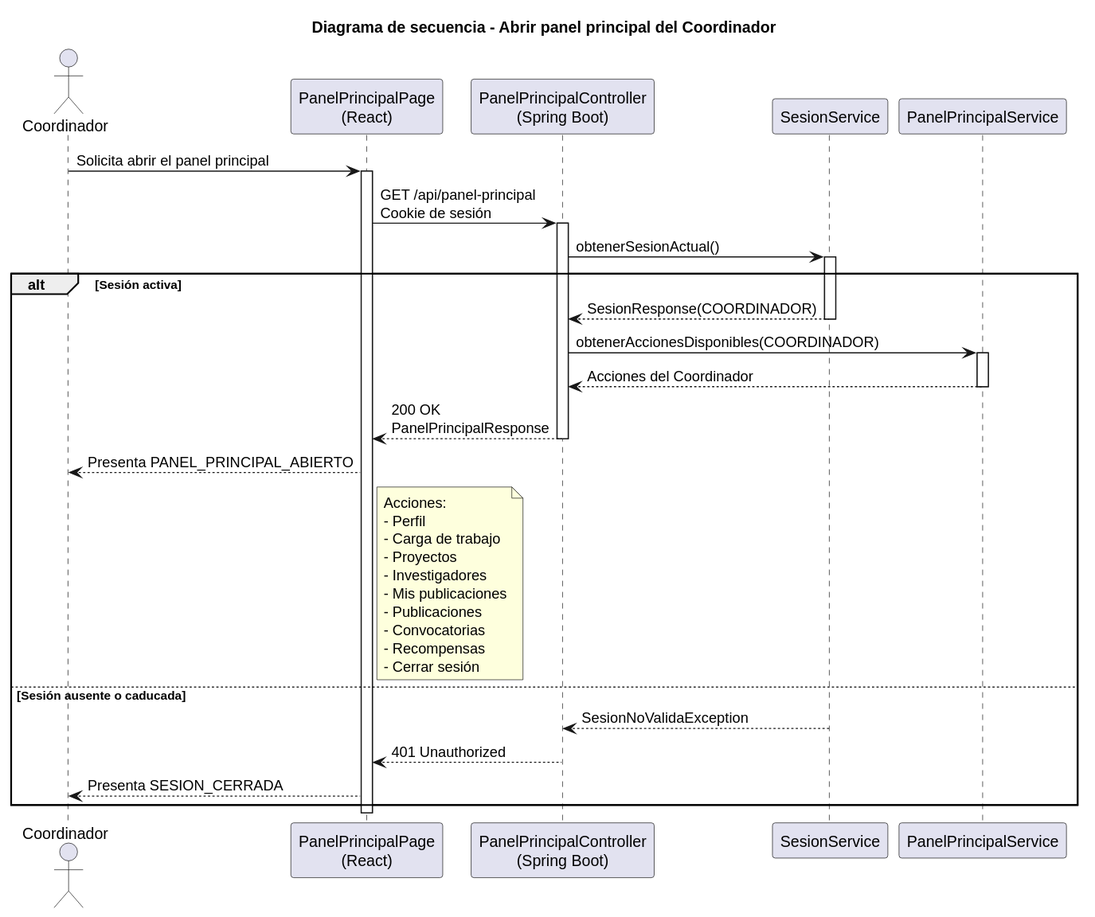
Earlier version of the PlantUML export images/RUP/02-diseño/casos-uso/coordinador/abrirPanelPrincipal/secuencia.svg (beatriizorozco/25-26-idsw2-sdVC).
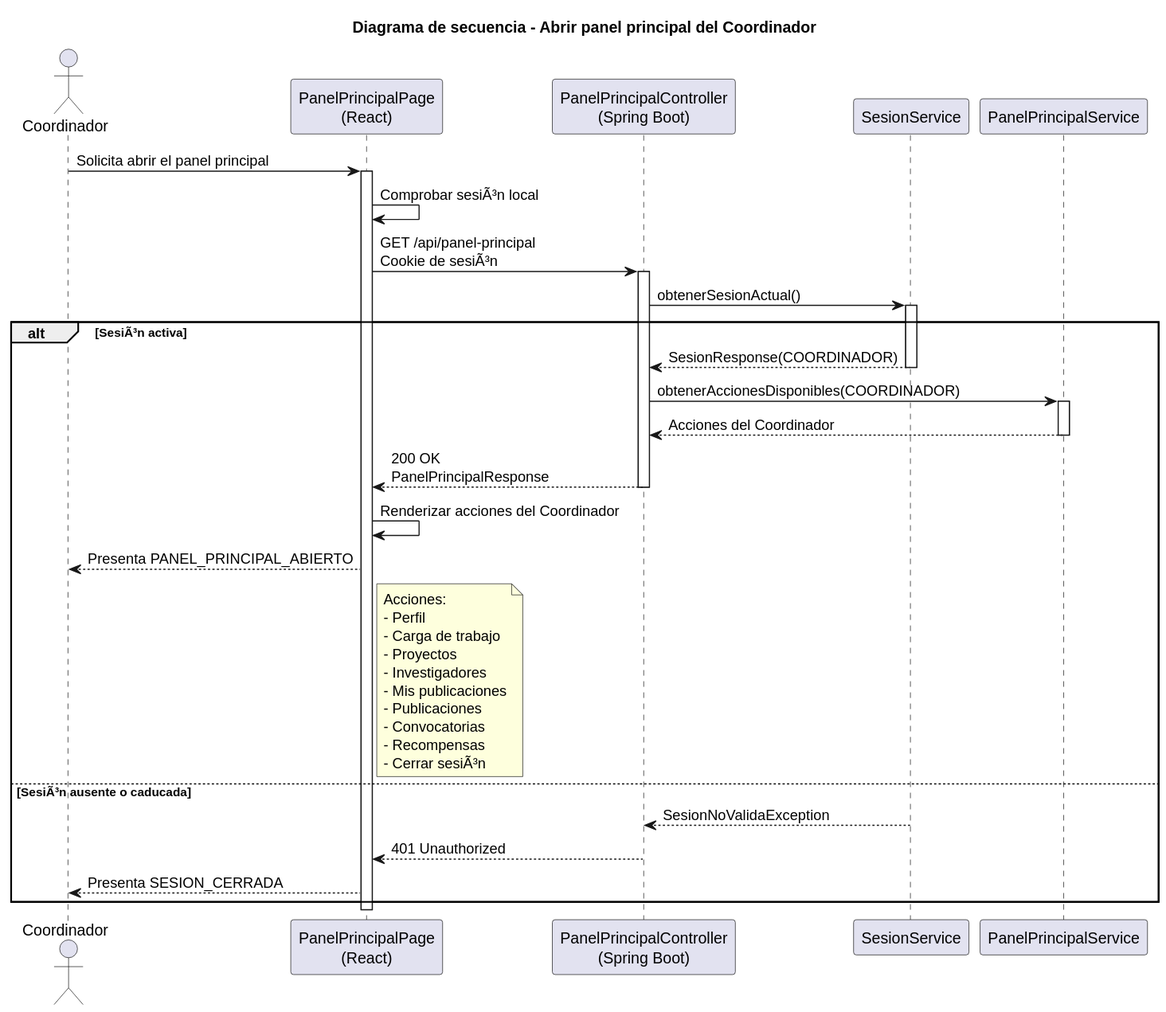
Above is the later version.

Diff of the diagram source:
```diff
@@ -9,11 +9,12 @@
 
 Coordinador -> Frontend: Solicita abrir el panel principal
 activate Frontend
-Frontend -> Api: GET /api/panel-principal\nCookie de sesión
+Frontend -> Frontend: Comprobar sesiÃ³n local
+Frontend -> Api: GET /api/panel-principal\nCookie de sesiÃ³n
 activate Api
 Api -> Sesion: obtenerSesionActual()
 activate Sesion
-alt Sesión activa
+alt SesiÃ³n activa
     Sesion --> Api: SesionResponse(COORDINADOR)
     deactivate Sesion
     Api -> Panel: obtenerAccionesDisponibles(COORDINADOR)
@@ -22,6 +23,7 @@
     deactivate Panel
     Api --> Frontend: 200 OK\nPanelPrincipalResponse
     deactivate Api
+    Frontend -> Frontend: Renderizar acciones del Coordinador
     Frontend --> Coordinador: Presenta PANEL_PRINCIPAL_ABIERTO
 
     note right of Frontend
@@ -34,9 +36,9 @@
     - Publicaciones
     - Convocatorias
     - Recompensas
-    - Cerrar sesión
+    - Cerrar sesiÃ³n
     end note
-else Sesión ausente o caducada
+else SesiÃ³n ausente o caducada
     Sesion --> Api: SesionNoValidaException
     deactivate Sesion
     Api --> Frontend: 401 Unauthorized
```
